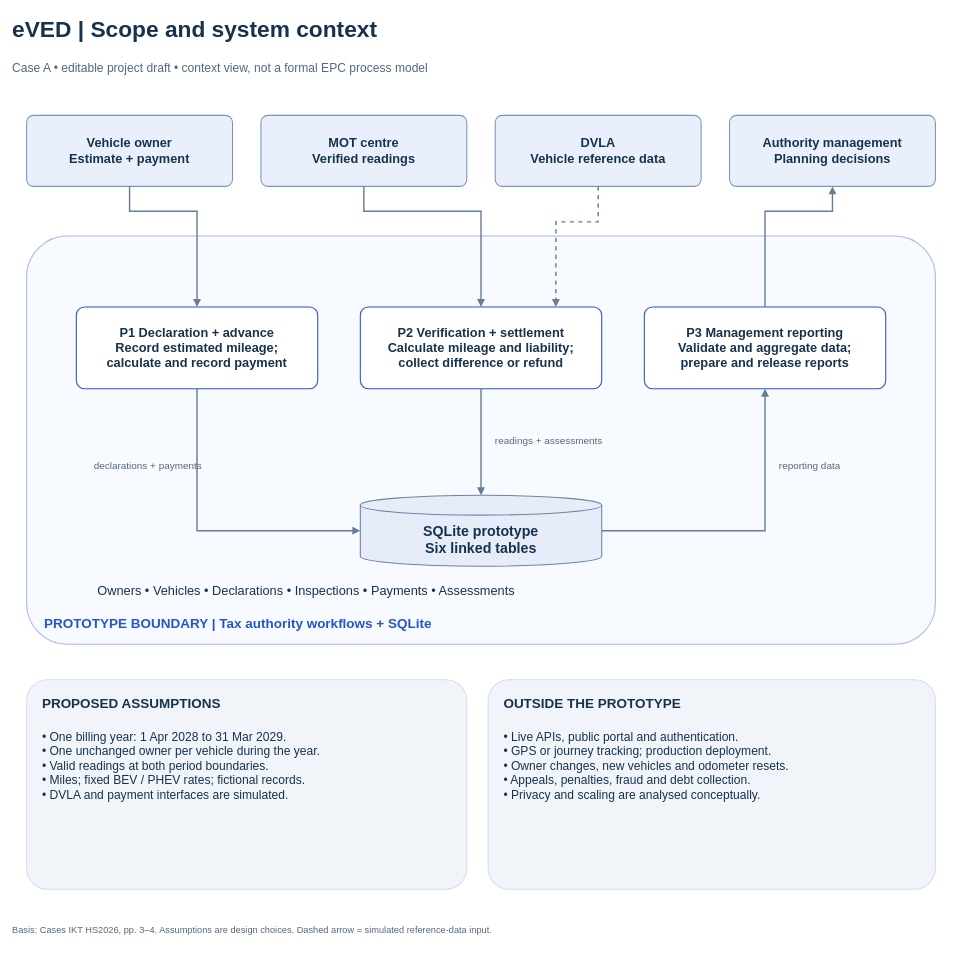
Earlier version of the draw.io diagram page "00 - Scope and context" (1 of 4) of eved_scope_and_processes.drawio (Mclement197/ikt-hsg-2026). Source tidied: cells renumbered, new cells numbered last; positions are measured from the earlier drawing's top-left corner, leaving out a move shared by most shapes. Both pictures are drawn from the tidied source at 71%, with x=0, y=0 at pixel (12, 12).
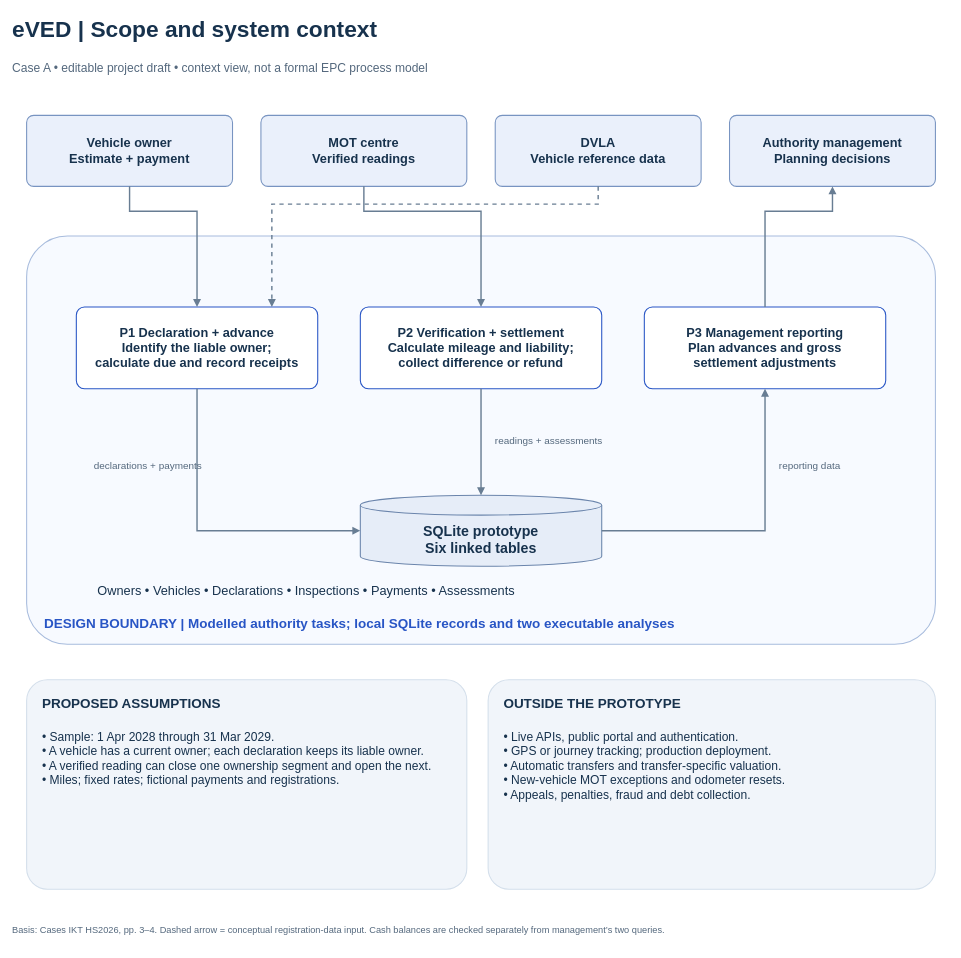
The same page after the edit.

Unchanged cells that the change refers to:
```xml
<mxCell id="8" value="DVLA&#10;Vehicle reference data" style="whiteSpace=wrap;html=0;fontFamily=Arial;fontSize=18;fontColor=#17324D;fillColor=#EAF0FB;strokeColor=#7894C1;strokeWidth=1.5;align=center;verticalAlign=middle;spacing=12;fontStyle=1;rounded=1;arcSize=10;" parent="1" vertex="1">
  <mxGeometry x="680" y="145" width="290" height="100" as="geometry" />
</mxCell>
<mxCell id="11" value="P2  Verification + settlement&#10;Calculate mileage and liability;&#10;collect difference or refund" style="whiteSpace=wrap;html=0;fontFamily=Arial;fontSize=18;fontColor=#17324D;fillColor=#FFFFFF;strokeColor=#2855C5;strokeWidth=1.5;align=center;verticalAlign=middle;spacing=12;fontStyle=1;rounded=1;arcSize=10;" parent="1" vertex="1">
  <mxGeometry x="490" y="415" width="340" height="115" as="geometry" />
</mxCell>
```

Diff of the diagram source:
```diff
@@
-    <mxCell id="5" value="PROTOTYPE BOUNDARY  |  Tax authority workflows + SQLite" style="whiteSpace=wrap;html=0;fontFamily=Arial;fontSize=19;fontColor=#2855C5;fillColor=none;strokeColor=none;strokeWidth=1.5;align=left;verticalAlign=middle;spacing=12;fontStyle=1;text;spacing=0;" parent="1" vertex="1">
+    <mxCell id="5" value="DESIGN BOUNDARY  |  Modelled authority tasks; local SQLite records and two executable analyses" style="whiteSpace=wrap;html=0;fontFamily=Arial;fontSize=19;fontColor=#2855C5;fillColor=none;strokeColor=none;strokeWidth=1.5;align=left;verticalAlign=middle;spacing=12;fontStyle=1;text;spacing=0;" parent="1" vertex="1">
       <mxGeometry x="45" y="845" width="1200" height="35" as="geometry" />
     </mxCell>
@@
-    <mxCell id="10" value="P1  Declaration + advance&#10;Record estimated mileage;&#10;calculate and record payment" style="whiteSpace=wrap;html=0;fontFamily=Arial;fontSize=18;fontColor=#17324D;fillColor=#FFFFFF;strokeColor=#2855C5;strokeWidth=1.5;align=center;verticalAlign=middle;spacing=12;fontStyle=1;rounded=1;arcSize=10;" parent="1" vertex="1">
+    <mxCell id="10" value="P1  Declaration + advance&#10;Identify the liable owner;&#10;calculate due and record receipts" style="whiteSpace=wrap;html=0;fontFamily=Arial;fontSize=18;fontColor=#17324D;fillColor=#FFFFFF;strokeColor=#2855C5;strokeWidth=1.5;align=center;verticalAlign=middle;spacing=12;fontStyle=1;rounded=1;arcSize=10;" parent="1" vertex="1">
       <mxGeometry x="90" y="415" width="340" height="115" as="geometry" />
     </mxCell>
@@
-    <mxCell id="12" value="P3  Management reporting&#10;Validate and aggregate data;&#10;prepare and release reports" style="whiteSpace=wrap;html=0;fontFamily=Arial;fontSize=18;fontColor=#17324D;fillColor=#FFFFFF;strokeColor=#2855C5;strokeWidth=1.5;align=center;verticalAlign=middle;spacing=12;fontStyle=1;rounded=1;arcSize=10;" parent="1" vertex="1">
+    <mxCell id="12" value="P3  Management reporting&#10;Plan advances and gross&#10;settlement adjustments" style="whiteSpace=wrap;html=0;fontFamily=Arial;fontSize=18;fontColor=#17324D;fillColor=#FFFFFF;strokeColor=#2855C5;strokeWidth=1.5;align=center;verticalAlign=middle;spacing=12;fontStyle=1;rounded=1;arcSize=10;" parent="1" vertex="1">
       <mxGeometry x="890" y="415" width="340" height="115" as="geometry" />
     </mxCell>
@@
-    <mxCell id="17" value="• One billing year: 1 Apr 2028 to 31 Mar 2029.&#10;• One unchanged owner per vehicle during the year.&#10;• Valid readings at both period boundaries.&#10;• Miles; fixed BEV / PHEV rates; fictional records.&#10;• DVLA and payment interfaces are simulated." style="whiteSpace=wrap;html=0;fontFamily=Arial;fontSize=17;fontColor=#17324D;fillColor=none;strokeColor=none;strokeWidth=1.5;align=left;verticalAlign=middle;spacing=12;text;spacing=0;" parent="1" vertex="1">
+    <mxCell id="17" value="• Sample: 1 Apr 2028 through 31 Mar 2029.&#10;• A vehicle has a current owner; each declaration keeps its liable owner.&#10;• A verified reading can close one ownership segment and open the next.&#10;• Miles; fixed rates; fictional payments and registrations." style="whiteSpace=wrap;html=0;fontFamily=Arial;fontSize=17;fontColor=#17324D;fillColor=none;strokeColor=none;strokeWidth=1.5;align=left;verticalAlign=middle;spacing=12;text;spacing=0;" parent="1" vertex="1">
       <mxGeometry x="42" y="1006" width="576" height="215" as="geometry" />
     </mxCell>
@@
-    <mxCell id="20" value="• Live APIs, public portal and authentication.&#10;• GPS or journey tracking; production deployment.&#10;• Owner changes, new vehicles and odometer resets.&#10;• Appeals, penalties, fraud and debt collection.&#10;• Privacy and scaling are analysed conceptually." style="whiteSpace=wrap;html=0;fontFamily=Arial;fontSize=17;fontColor=#17324D;fillColor=none;strokeColor=none;strokeWidth=1.5;align=left;verticalAlign=middle;spacing=12;text;spacing=0;" parent="1" vertex="1">
+    <mxCell id="20" value="• Live APIs, public portal and authentication.&#10;• GPS or journey tracking; production deployment.&#10;• Automatic transfers and transfer-specific valuation.&#10;• New-vehicle MOT exceptions and odometer resets.&#10;• Appeals, penalties, fraud and debt collection." style="whiteSpace=wrap;html=0;fontFamily=Arial;fontSize=17;fontColor=#17324D;fillColor=none;strokeColor=none;strokeWidth=1.5;align=left;verticalAlign=middle;spacing=12;text;spacing=0;" parent="1" vertex="1">
       <mxGeometry x="692" y="1006" width="586" height="215" as="geometry" />
     </mxCell>
-    <mxCell id="21" value="Basis: Cases IKT HS2026, pp. 3–4. Assumptions are design choices. Dashed arrow = simulated reference-data input." style="whiteSpace=wrap;html=0;fontFamily=Arial;fontSize=13;fontColor=#54687D;fillColor=none;strokeColor=none;strokeWidth=1.5;align=left;verticalAlign=middle;spacing=12;text;spacing=0;" parent="1" vertex="1">
+    <mxCell id="21" value="Basis: Cases IKT HS2026, pp. 3–4. Dashed arrow = conceptual registration-data input. Cash balances are checked separately from management’s two queries." style="whiteSpace=wrap;html=0;fontFamily=Arial;fontSize=13;fontColor=#54687D;fillColor=none;strokeColor=none;strokeWidth=1.5;align=left;verticalAlign=middle;spacing=12;text;spacing=0;" parent="1" vertex="1">
       <mxGeometry y="1280" width="1320" height="35" as="geometry" />
     </mxCell>
@@
-    <mxCell id="24" style="edgeStyle=orthogonalEdgeStyle;rounded=0;jettySize=auto;html=0;endArrow=block;endFill=1;strokeColor=#687D93;strokeWidth=2;exitX=0.5;exitY=1;exitDx=0;exitDy=0;entryX=0.81;entryY=0;entryDx=0;entryDy=0;dashed=1;" parent="1" edge="1" source="8" target="11">
+    <mxCell id="24" style="edgeStyle=orthogonalEdgeStyle;rounded=0;jettySize=auto;html=0;endArrow=block;endFill=1;strokeColor=#687D93;strokeWidth=2;exitX=0.5;exitY=1;exitDx=0;exitDy=0;entryX=0.81;entryY=0;entryDx=0;entryDy=0;dashed=1;" parent="1" edge="1" source="8" target="10">
       <mxGeometry relative="1" as="geometry">
         <Array as="points">
-          <mxPoint x="825" y="295" />
-          <mxPoint x="765" y="295" />
+          <mxPoint x="825" y="270" />
+          <mxPoint x="365" y="270" />
         </Array>
       </mxGeometry>
     </mxCell>
```
